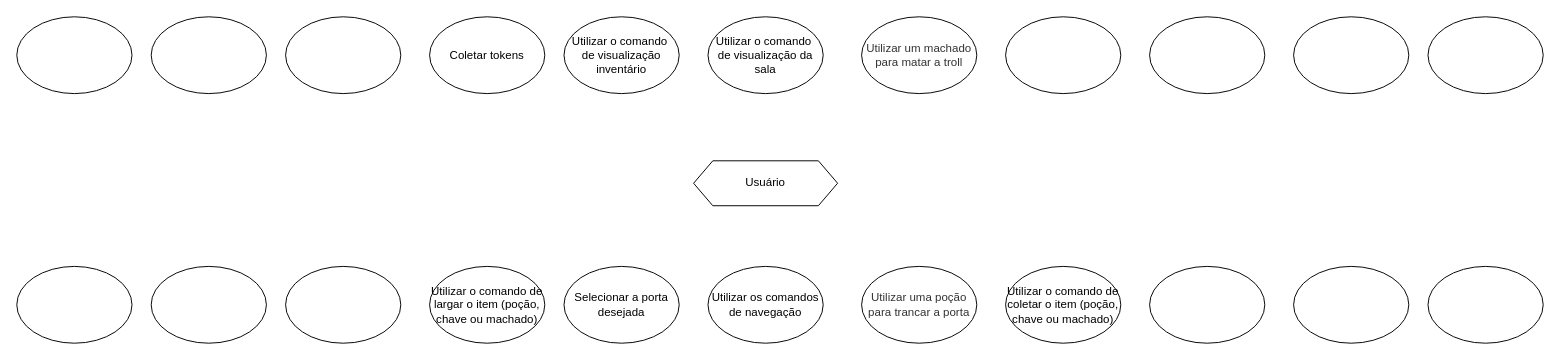
The draw.io diagram page "Página-2" (2 of 3) of Operacoes.drawio in renanreyc/EngenhariaDeSoftware, before the edit. Source tidied: cells renumbered, new cells numbered last; positions are measured from the earlier drawing's top-left corner, leaving out a move shared by most shapes. Both pictures are drawn from the tidied source at 96%, with x=0, y=0 at pixel (16, 16).
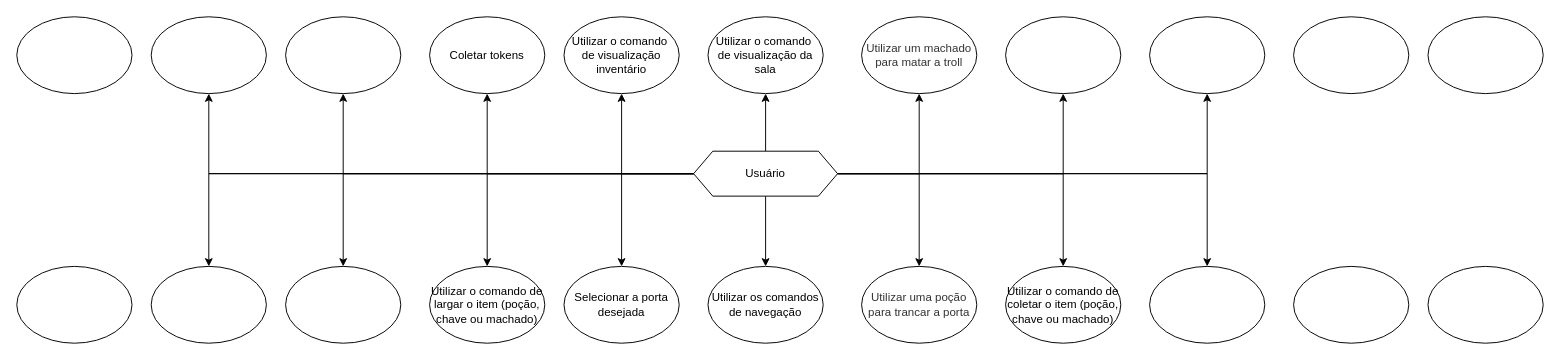
After the change.

The change refers to these unchanged cells:
```xml
<mxCell id="3" value="Coletar tokens" style="ellipse;whiteSpace=wrap;html=1;" parent="1" vertex="1">
  <mxGeometry x="430" width="120" height="80" as="geometry" />
</mxCell>
<mxCell id="4" value="&lt;span&gt;Utilizar o comando de largar o item (poção, chave ou machado)&lt;/span&gt;" style="ellipse;whiteSpace=wrap;html=1;" parent="1" vertex="1">
  <mxGeometry x="430" y="260" width="120" height="80" as="geometry" />
</mxCell>
<mxCell id="5" value="&lt;span&gt;Utilizar o comando&amp;nbsp; de visualização inventário&lt;/span&gt;" style="ellipse;whiteSpace=wrap;html=1;" parent="1" vertex="1">
  <mxGeometry x="570" width="120" height="80" as="geometry" />
</mxCell>
<mxCell id="6" value="&lt;span&gt;Selecionar a porta desejada&lt;/span&gt;" style="ellipse;whiteSpace=wrap;html=1;" parent="1" vertex="1">
  <mxGeometry x="570" y="260" width="120" height="80" as="geometry" />
</mxCell>
<mxCell id="7" value="&lt;span&gt;Utilizar o comando&amp;nbsp; de visualização da sala&lt;/span&gt;" style="ellipse;whiteSpace=wrap;html=1;" parent="1" vertex="1">
  <mxGeometry x="720" width="120" height="80" as="geometry" />
</mxCell>
<mxCell id="8" value="&lt;span&gt;Utilizar os comandos de navegação&lt;/span&gt;" style="ellipse;whiteSpace=wrap;html=1;" parent="1" vertex="1">
  <mxGeometry x="720" y="260" width="120" height="80" as="geometry" />
</mxCell>
<mxCell id="9" value="&lt;span style=&quot;color: rgb(51 , 51 , 51)&quot;&gt;Utilizar um machado para matar a troll&lt;/span&gt;" style="ellipse;whiteSpace=wrap;html=1;" parent="1" vertex="1">
  <mxGeometry x="880" width="120" height="80" as="geometry" />
</mxCell>
<mxCell id="10" value="&lt;span style=&quot;color: rgb(51 , 51 , 51)&quot;&gt;Utilizar uma poção para trancar a porta&lt;/span&gt;" style="ellipse;whiteSpace=wrap;html=1;" parent="1" vertex="1">
  <mxGeometry x="880" y="260" width="120" height="80" as="geometry" />
</mxCell>
<mxCell id="11" style="ellipse;whiteSpace=wrap;html=1;" parent="1" vertex="1">
  <mxGeometry x="1030" width="120" height="80" as="geometry" />
</mxCell>
<mxCell id="12" value="&lt;span&gt;Utilizar o comando de coletar o item (poção, chave ou machado)&lt;/span&gt;" style="ellipse;whiteSpace=wrap;html=1;" parent="1" vertex="1">
  <mxGeometry x="1030" y="260" width="120" height="80" as="geometry" />
</mxCell>
<mxCell id="13" style="ellipse;whiteSpace=wrap;html=1;" parent="1" vertex="1">
  <mxGeometry x="280" width="120" height="80" as="geometry" />
</mxCell>
<mxCell id="14" style="ellipse;whiteSpace=wrap;html=1;" parent="1" vertex="1">
  <mxGeometry x="280" y="260" width="120" height="80" as="geometry" />
</mxCell>
<mxCell id="15" style="ellipse;whiteSpace=wrap;html=1;" parent="1" vertex="1">
  <mxGeometry x="1180" width="120" height="80" as="geometry" />
</mxCell>
<mxCell id="16" style="ellipse;whiteSpace=wrap;html=1;" parent="1" vertex="1">
  <mxGeometry x="1180" y="260" width="120" height="80" as="geometry" />
</mxCell>
<mxCell id="19" style="ellipse;whiteSpace=wrap;html=1;" parent="1" vertex="1">
  <mxGeometry x="140" width="120" height="80" as="geometry" />
</mxCell>
<mxCell id="20" style="ellipse;whiteSpace=wrap;html=1;" parent="1" vertex="1">
  <mxGeometry x="140" y="260" width="120" height="80" as="geometry" />
</mxCell>
```

What changed in the source:
```diff
@@
+    <mxCell id="25" style="edgeStyle=orthogonalEdgeStyle;rounded=0;jettySize=auto;html=1;exitX=0;exitY=0.5;exitDx=0;exitDy=0;entryX=0.5;entryY=1;entryDx=0;entryDy=0;" parent="1" edge="1" source="2" target="3">
+      <mxGeometry relative="1" as="geometry" />
+    </mxCell>
+    <mxCell id="26" style="edgeStyle=orthogonalEdgeStyle;rounded=0;jettySize=auto;html=1;exitX=0;exitY=0.5;exitDx=0;exitDy=0;" parent="1" edge="1" source="2" target="4">
+      <mxGeometry relative="1" as="geometry" />
+    </mxCell>
+    <mxCell id="27" style="edgeStyle=orthogonalEdgeStyle;rounded=0;jettySize=auto;html=1;exitX=0;exitY=0.5;exitDx=0;exitDy=0;entryX=0.5;entryY=1;entryDx=0;entryDy=0;" parent="1" edge="1" source="2" target="5">
+      <mxGeometry relative="1" as="geometry" />
+    </mxCell>
+    <mxCell id="28" style="edgeStyle=orthogonalEdgeStyle;rounded=0;jettySize=auto;html=1;exitX=0;exitY=0.5;exitDx=0;exitDy=0;" parent="1" edge="1" source="2" target="6">
+      <mxGeometry relative="1" as="geometry" />
+    </mxCell>
+    <mxCell id="29" style="edgeStyle=orthogonalEdgeStyle;rounded=0;jettySize=auto;html=1;exitX=1;exitY=0.5;exitDx=0;exitDy=0;entryX=0.5;entryY=1;entryDx=0;entryDy=0;" parent="1" edge="1" source="2" target="9">
+      <mxGeometry relative="1" as="geometry" />
+    </mxCell>
+    <mxCell id="30" style="edgeStyle=orthogonalEdgeStyle;rounded=0;jettySize=auto;html=1;exitX=1;exitY=0.5;exitDx=0;exitDy=0;" parent="1" edge="1" source="2" target="10">
+      <mxGeometry relative="1" as="geometry" />
+    </mxCell>
+    <mxCell id="31" style="edgeStyle=orthogonalEdgeStyle;rounded=0;jettySize=auto;html=1;exitX=1;exitY=0.5;exitDx=0;exitDy=0;entryX=0.5;entryY=0;entryDx=0;entryDy=0;" parent="1" edge="1" source="2" target="12">
+      <mxGeometry relative="1" as="geometry" />
+    </mxCell>
+    <mxCell id="32" style="edgeStyle=orthogonalEdgeStyle;rounded=0;jettySize=auto;html=1;exitX=1;exitY=0.5;exitDx=0;exitDy=0;entryX=0.5;entryY=1;entryDx=0;entryDy=0;" parent="1" edge="1" source="2" target="11">
+      <mxGeometry relative="1" as="geometry" />
+    </mxCell>
+    <mxCell id="33" style="edgeStyle=orthogonalEdgeStyle;rounded=0;jettySize=auto;html=1;exitX=1;exitY=0.5;exitDx=0;exitDy=0;entryX=0.5;entryY=1;entryDx=0;entryDy=0;" parent="1" edge="1" source="2" target="15">
+      <mxGeometry relative="1" as="geometry" />
+    </mxCell>
+    <mxCell id="34" style="edgeStyle=orthogonalEdgeStyle;rounded=0;jettySize=auto;html=1;exitX=1;exitY=0.5;exitDx=0;exitDy=0;entryX=0.5;entryY=0;entryDx=0;entryDy=0;" parent="1" edge="1" source="2" target="16">
+      <mxGeometry relative="1" as="geometry" />
+    </mxCell>
+    <mxCell id="35" style="edgeStyle=orthogonalEdgeStyle;rounded=0;jettySize=auto;html=1;exitX=0.5;exitY=1;exitDx=0;exitDy=0;" parent="1" edge="1" source="2" target="8">
+      <mxGeometry relative="1" as="geometry" />
+    </mxCell>
+    <mxCell id="36" style="edgeStyle=orthogonalEdgeStyle;rounded=0;jettySize=auto;html=1;exitX=0.5;exitY=0;exitDx=0;exitDy=0;entryX=0.5;entryY=1;entryDx=0;entryDy=0;" parent="1" edge="1" source="2" target="7">
+      <mxGeometry relative="1" as="geometry" />
+    </mxCell>
+    <mxCell id="37" style="edgeStyle=orthogonalEdgeStyle;rounded=0;jettySize=auto;html=1;exitX=0;exitY=0.5;exitDx=0;exitDy=0;entryX=0.5;entryY=1;entryDx=0;entryDy=0;" parent="1" edge="1" source="2" target="13">
+      <mxGeometry relative="1" as="geometry" />
+    </mxCell>
+    <mxCell id="38" style="edgeStyle=orthogonalEdgeStyle;rounded=0;jettySize=auto;html=1;exitX=0;exitY=0.5;exitDx=0;exitDy=0;entryX=0.5;entryY=0;entryDx=0;entryDy=0;" parent="1" edge="1" source="2" target="14">
+      <mxGeometry relative="1" as="geometry" />
+    </mxCell>
+    <mxCell id="39" style="edgeStyle=orthogonalEdgeStyle;rounded=0;jettySize=auto;html=1;exitX=0;exitY=0.5;exitDx=0;exitDy=0;entryX=0.5;entryY=1;entryDx=0;entryDy=0;" parent="1" edge="1" source="2" target="19">
+      <mxGeometry relative="1" as="geometry" />
+    </mxCell>
+    <mxCell id="40" style="edgeStyle=orthogonalEdgeStyle;rounded=0;jettySize=auto;html=1;exitX=0;exitY=0.5;exitDx=0;exitDy=0;entryX=0.5;entryY=0;entryDx=0;entryDy=0;" parent="1" edge="1" source="2" target="20">
+      <mxGeometry relative="1" as="geometry" />
+    </mxCell>
     <mxCell id="2" value="Usuário" style="shape=hexagon;perimeter=hexagonPerimeter2;whiteSpace=wrap;html=1;fixedSize=1;" parent="1" vertex="1">
-      <mxGeometry x="705" y="150" width="150" height="46.8" as="geometry" />
+      <mxGeometry x="705" y="140" width="150" height="46.8" as="geometry" />
     </mxCell>
```
